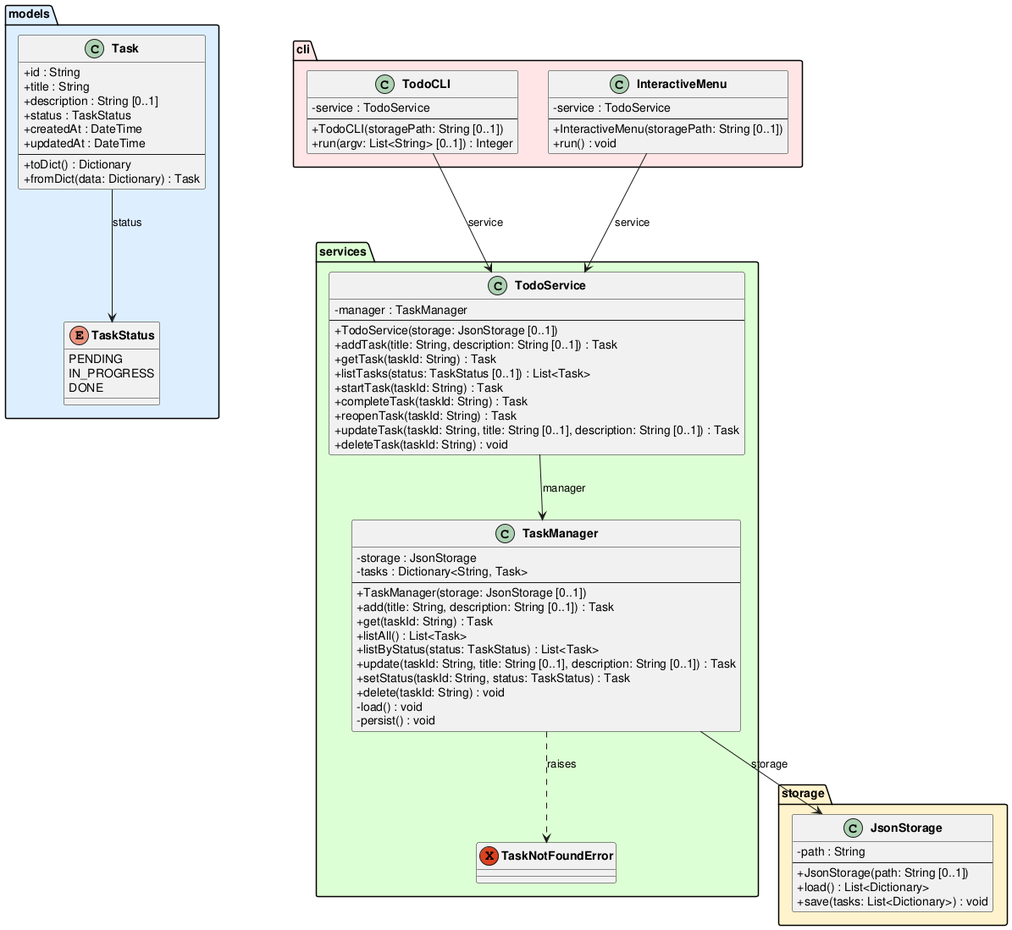
Before: experiments/broadcast/test_driven/TODO/artifacts/class_diagram.png, a diagram exported from PlantUML (DanielRiha8906/Software_autoevolution_using_agents). Source of this version:
```plantuml
@startuml class_diagram

skinparam classAttributeIconSize 0
skinparam classFontStyle bold

package "models" #DDEEFF {
    enum TaskStatus {
        PENDING
        IN_PROGRESS
        DONE
    }

    class Task {
        +id : String
        +title : String
        +description : String [0..1]
        +status : TaskStatus
        +createdAt : DateTime
        +updatedAt : DateTime
        --
        +toDict() : Dictionary
        +fromDict(data: Dictionary) : Task
    }
}

package "storage" #FFF3CC {
    class JsonStorage {
        -path : String
        --
        +JsonStorage(path: String [0..1])
        +load() : List<Dictionary>
        +save(tasks: List<Dictionary>) : void
    }
}

package "services" #DDFFD4 {
    exception TaskNotFoundError

    class TaskManager {
        -storage : JsonStorage
        -tasks : Dictionary<String, Task>
        --
        +TaskManager(storage: JsonStorage [0..1])
        +add(title: String, description: String [0..1]) : Task
        +get(taskId: String) : Task
        +listAll() : List<Task>
        +listByStatus(status: TaskStatus) : List<Task>
        +update(taskId: String, title: String [0..1], description: String [0..1]) : Task
        +setStatus(taskId: String, status: TaskStatus) : Task
        +delete(taskId: String) : void
        -load() : void
        -persist() : void
    }

    class TodoService {
        -manager : TaskManager
        --
        +TodoService(storage: JsonStorage [0..1])
        +addTask(title: String, description: String [0..1]) : Task
        +getTask(taskId: String) : Task
        +listTasks(status: TaskStatus [0..1]) : List<Task>
        +startTask(taskId: String) : Task
        +completeTask(taskId: String) : Task
        +reopenTask(taskId: String) : Task
        +updateTask(taskId: String, title: String [0..1], description: String [0..1]) : Task
        +deleteTask(taskId: String) : void
    }
}

package "cli" #FFE5E5 {
    class TodoCLI {
        -service : TodoService
        --
        +TodoCLI(storagePath: String [0..1])
        +run(argv: List<String> [0..1]) : Integer
    }

    class InteractiveMenu {
        -service : TodoService
        --
        +InteractiveMenu(storagePath: String [0..1])
        +run() : void
    }
}

Task --> TaskStatus : status
TaskManager --> JsonStorage : storage
TaskManager ..> TaskNotFoundError : raises
TodoService --> TaskManager : manager
TodoCLI --> TodoService : service
InteractiveMenu --> TodoService : service

@enduml
```
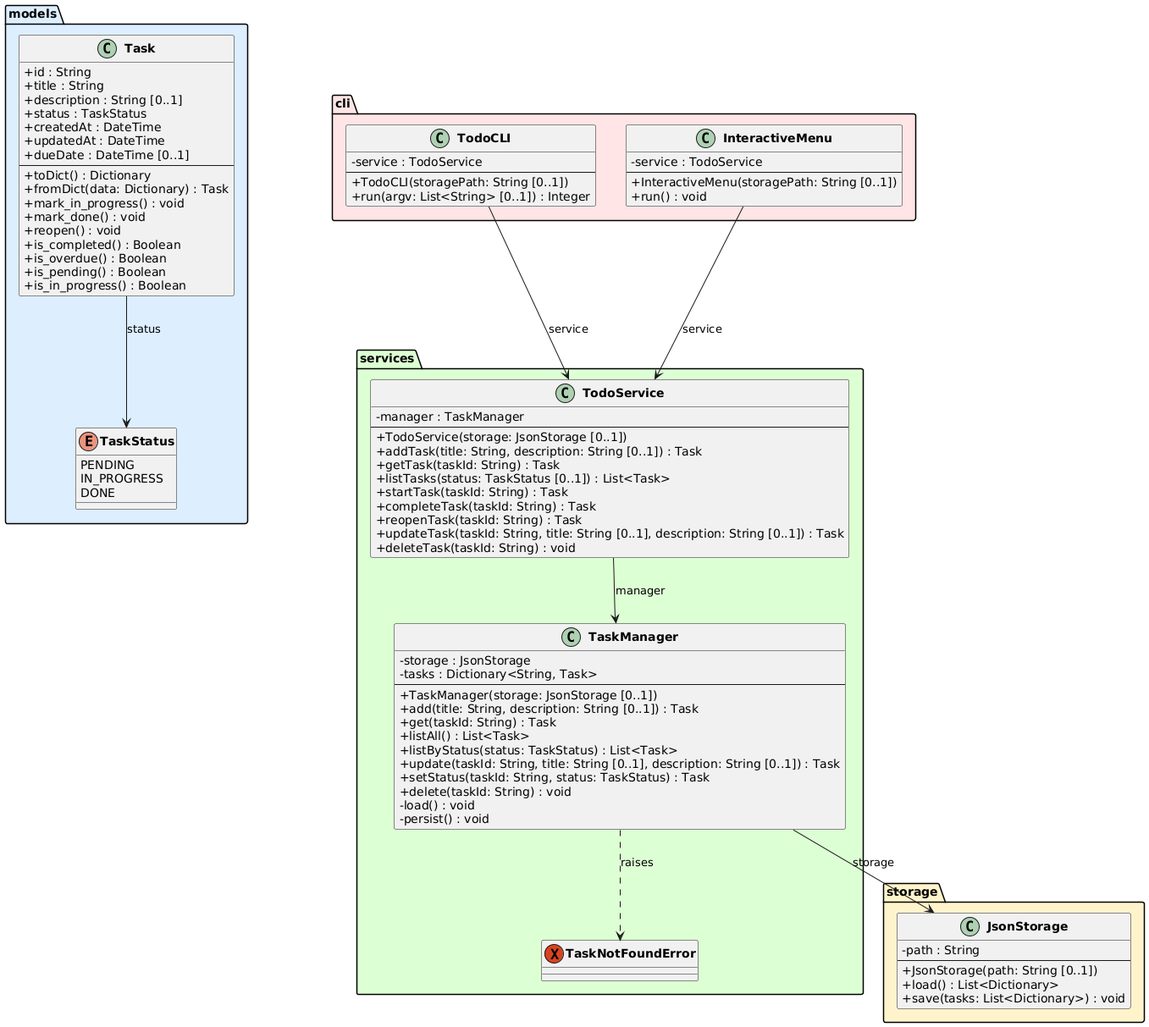
Later version of the same file.

What changed in the source:
```diff
@@ -17,9 +17,17 @@
         +status : TaskStatus
         +createdAt : DateTime
         +updatedAt : DateTime
+        +dueDate : DateTime [0..1]
         --
         +toDict() : Dictionary
         +fromDict(data: Dictionary) : Task
+        +mark_in_progress() : void
+        +mark_done() : void
+        +reopen() : void
+        +is_completed() : Boolean
+        +is_overdue() : Boolean
+        +is_pending() : Boolean
+        +is_in_progress() : Boolean
     }
 }
 
```
